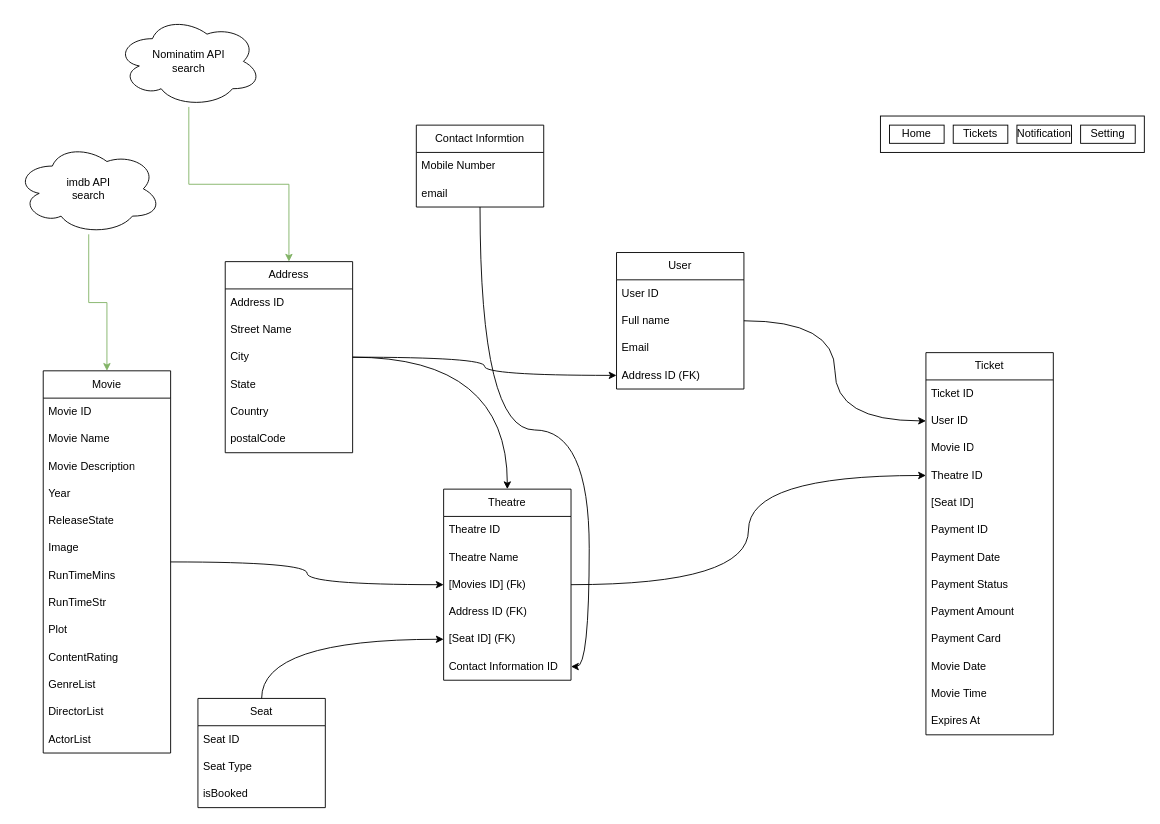
This is draw.drawio from vars7899/Chitr-Cinema-App, a draw.io file, before an edit. Source tidied: cells renumbered, new cells numbered last; positions are measured from the earlier drawing's top-left corner, leaving out a move shared by most shapes. Both pictures are drawn from the tidied source at 91%, with x=0, y=0 at pixel (15, 15).
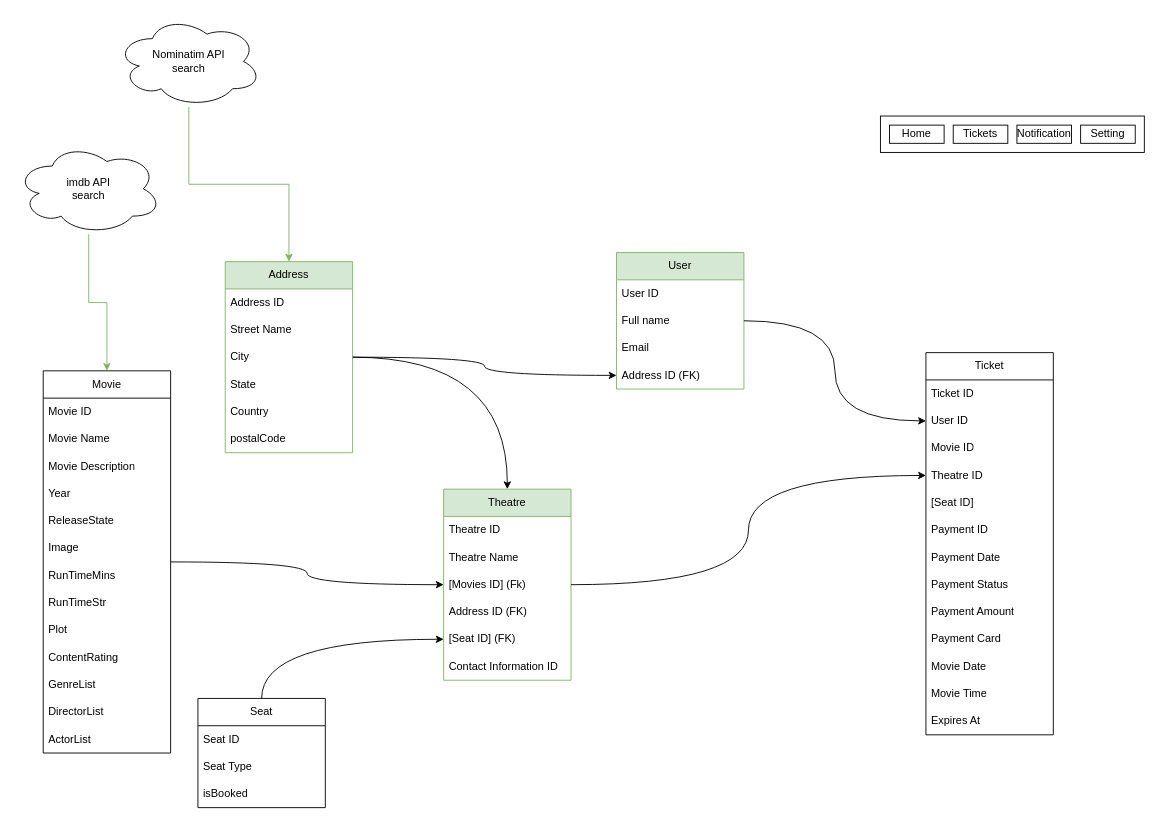
After the change.

Unchanged cells that the change refers to:
```xml
<mxCell id="40" value="Contact Information ID" style="text;strokeColor=none;fillColor=none;align=left;verticalAlign=middle;spacingLeft=4;spacingRight=4;overflow=hidden;points=[[0,0.5],[1,0.5]];portConstraint=eastwest;whiteSpace=wrap;html=1;" parent="34" vertex="1">
  <mxGeometry y="180" width="140" height="30" as="geometry" />
</mxCell>
```

What changed in the source:
```diff
@@
-    <mxCell id="18" value="Address" style="swimlane;fontStyle=0;horizontal=1;startSize=30;whiteSpace=wrap;html=1;" parent="1" vertex="1">
+    <mxCell id="18" value="Address" style="swimlane;fontStyle=0;horizontal=1;startSize=30;whiteSpace=wrap;html=1;fillColor=#d5e8d4;strokeColor=#82b366;" parent="1" vertex="1">
       <mxGeometry x="230" y="270" width="140" height="210" as="geometry" />
     </mxCell>
@@
-    <mxCell id="29" value="User" style="swimlane;fontStyle=0;horizontal=1;startSize=30;whiteSpace=wrap;html=1;" parent="1" vertex="1">
+    <mxCell id="29" value="User" style="swimlane;fontStyle=0;horizontal=1;startSize=30;whiteSpace=wrap;html=1;fillColor=#d5e8d4;strokeColor=#82b366;" parent="1" vertex="1">
       <mxGeometry x="660" y="260" width="140" height="150" as="geometry" />
     </mxCell>
@@
-    <mxCell id="34" value="Theatre" style="swimlane;fontStyle=0;horizontal=1;startSize=30;whiteSpace=wrap;html=1;" parent="1" vertex="1">
+    <mxCell id="34" value="Theatre" style="swimlane;fontStyle=0;horizontal=1;startSize=30;whiteSpace=wrap;html=1;fillColor=#d5e8d4;strokeColor=#82b366;" parent="1" vertex="1">
       <mxGeometry x="470" y="520" width="140" height="210" as="geometry" />
     </mxCell>
@@
-    <mxCell id="63" style="edgeStyle=orthogonalEdgeStyle;curved=1;rounded=0;jettySize=auto;html=1;entryX=1;entryY=0.5;entryDx=0;entryDy=0;" parent="1" edge="1" source="64" target="40">
-      <mxGeometry relative="1" as="geometry" />
-    </mxCell>
-    <mxCell id="64" value="Contact Informtion" style="swimlane;fontStyle=0;horizontal=1;startSize=30;whiteSpace=wrap;html=1;" parent="1" vertex="1">
-      <mxGeometry x="440" y="120" width="140" height="90" as="geometry" />
-    </mxCell>
-    <mxCell id="65" value="Mobile Number" style="text;strokeColor=none;fillColor=none;align=left;verticalAlign=middle;spacingLeft=4;spacingRight=4;overflow=hidden;whiteSpace=wrap;html=1;" parent="64" vertex="1">
-      <mxGeometry y="30" width="140" height="30" as="geometry" />
-    </mxCell>
-    <mxCell id="66" value="email" style="text;strokeColor=none;fillColor=none;align=left;verticalAlign=middle;spacingLeft=4;spacingRight=4;overflow=hidden;whiteSpace=wrap;html=1;" parent="64" vertex="1">
-      <mxGeometry y="60" width="140" height="30" as="geometry" />
-    </mxCell>
```
